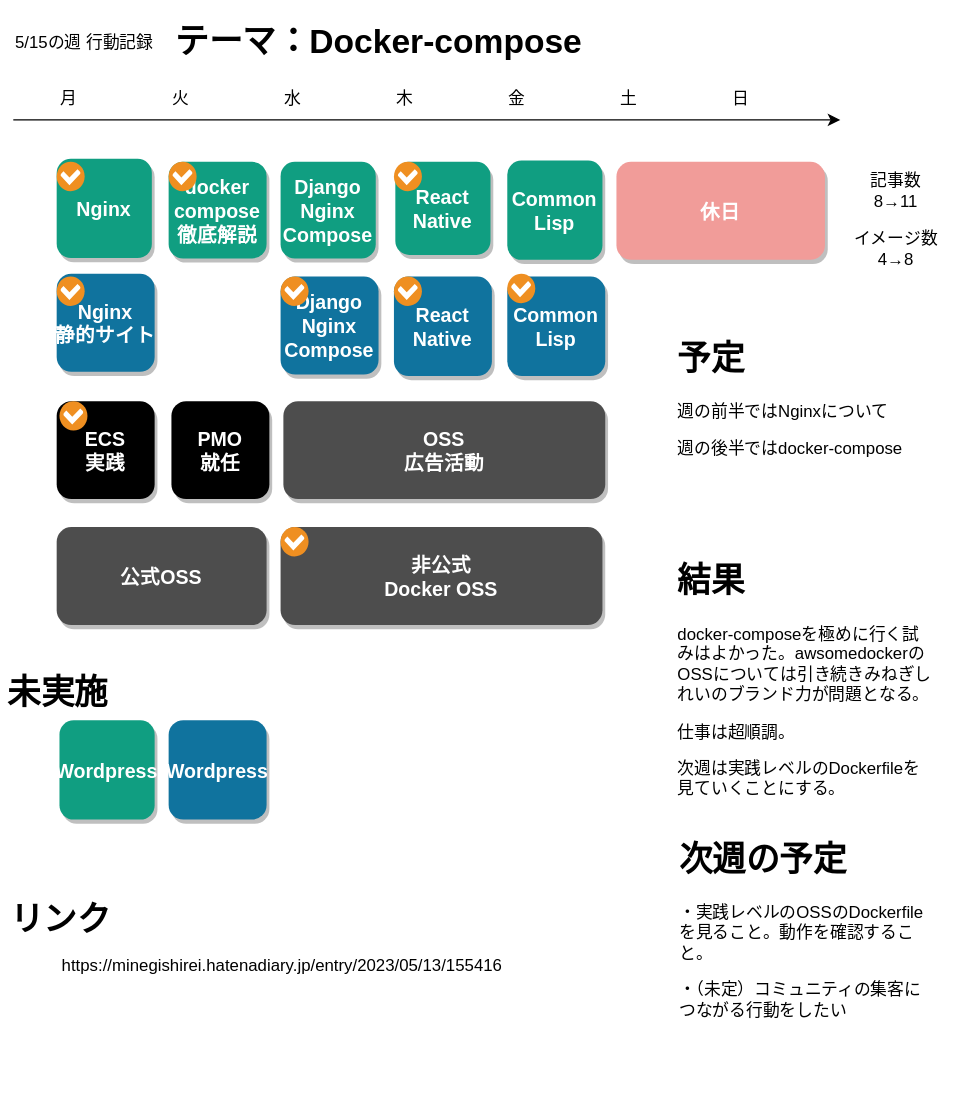
minegishirei/draw_v1 keeps this draw.io diagram as 人生設計-20230515.drawio.svg. Above is the earlier version. Source tidied: cells renumbered, new cells last; positions are measured from the earlier drawing's top-left corner, leaving out a move shared by most shapes.
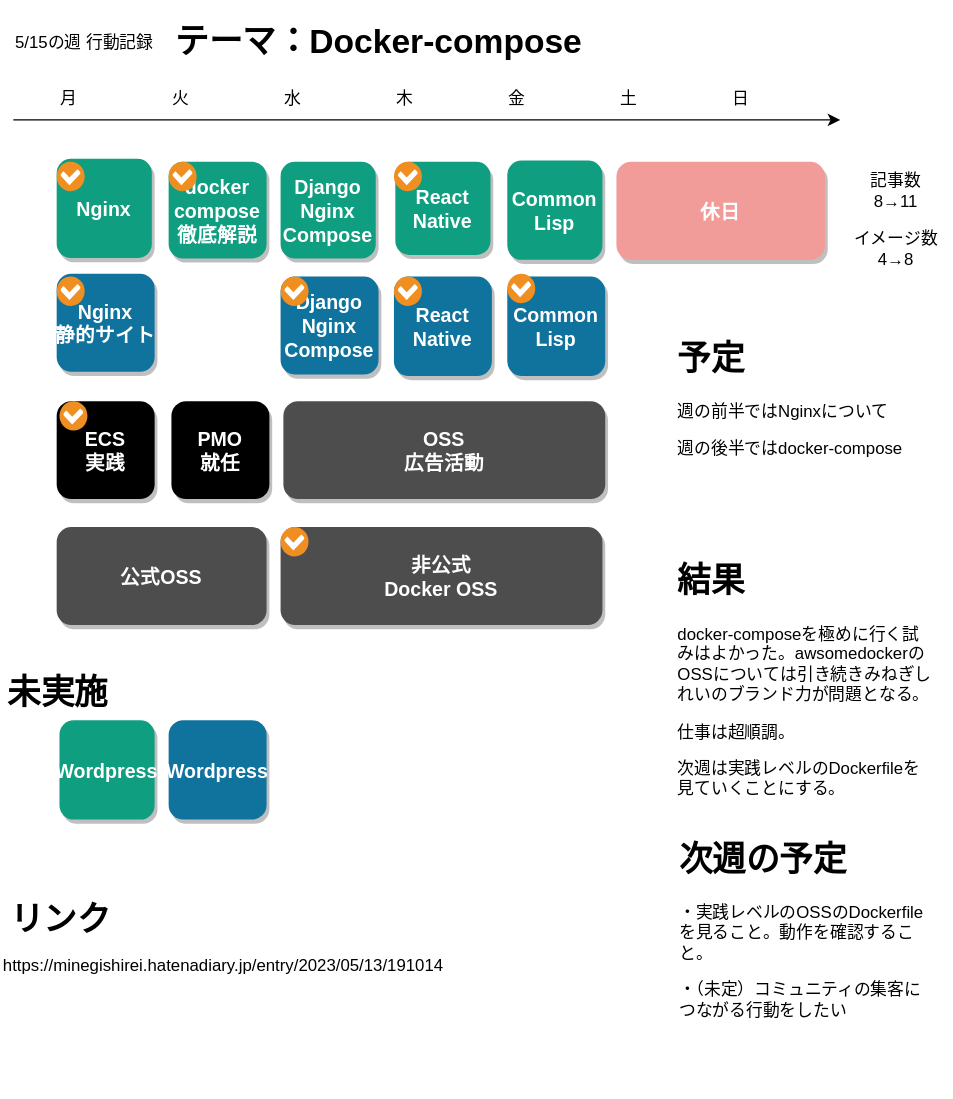
After the commit.

Commit message:
人生設計-20230515.drawio.svg を追加しました。

Diff of the diagram source:
```diff
@@ -110,9 +110,6 @@
     <mxCell id="36" style="shadow=0;dashed=0;html=1;strokeColor=none;fillColor=#EF8F21;labelPosition=center;verticalLabelPosition=bottom;verticalAlign=top;align=center;shape=mxgraph.veeam.checked;" parent="1" vertex="1">
       <mxGeometry x="200" y="366" width="20" height="21" as="geometry" />
     </mxCell>
-    <mxCell id="37" value="https://minegishirei.hatenadiary.jp/entry/2023/05/13/155416" style="text;whiteSpace=wrap;html=1;overflow:hidden;" parent="1" vertex="1">
-      <mxGeometry x="42" y="666" width="210" height="40" as="geometry" />
-    </mxCell>
     <mxCell id="38" value="Common&#10;Lisp" style="rounded=1;fillColor=#109e81;strokeColor=none;shadow=1;gradientColor=none;fontStyle=1;fontColor=#FFFFFF;fontSize=14;" parent="1" vertex="1">
       <mxGeometry x="362" y="104" width="68" height="71" as="geometry" />
     </mxCell>
@@ -137,5 +134,8 @@
     <mxCell id="45" value="&lt;h1&gt;次週の予定&lt;/h1&gt;&lt;p&gt;・実践レベルのOSSのDockerfileを見ること。動作を確認すること。&lt;/p&gt;&lt;p&gt;・（未定）コミュニティの集客につながる行動をしたい&lt;/p&gt;" style="text;html=1;strokeColor=none;fillColor=none;spacing=5;spacingTop=-20;whiteSpace=wrap;overflow=hidden;rounded=0;" parent="1" vertex="1">
       <mxGeometry x="480" y="584" width="190" height="190" as="geometry" />
     </mxCell>
+    <mxCell id="46" value="https://minegishirei.hatenadiary.jp/entry/2023/05/13/191014" style="text;whiteSpace=wrap;html=1;" parent="1" vertex="1">
+      <mxGeometry y="666" width="350" height="40" as="geometry" />
+    </mxCell>
   </root>
 </mxGraphModel>
```
